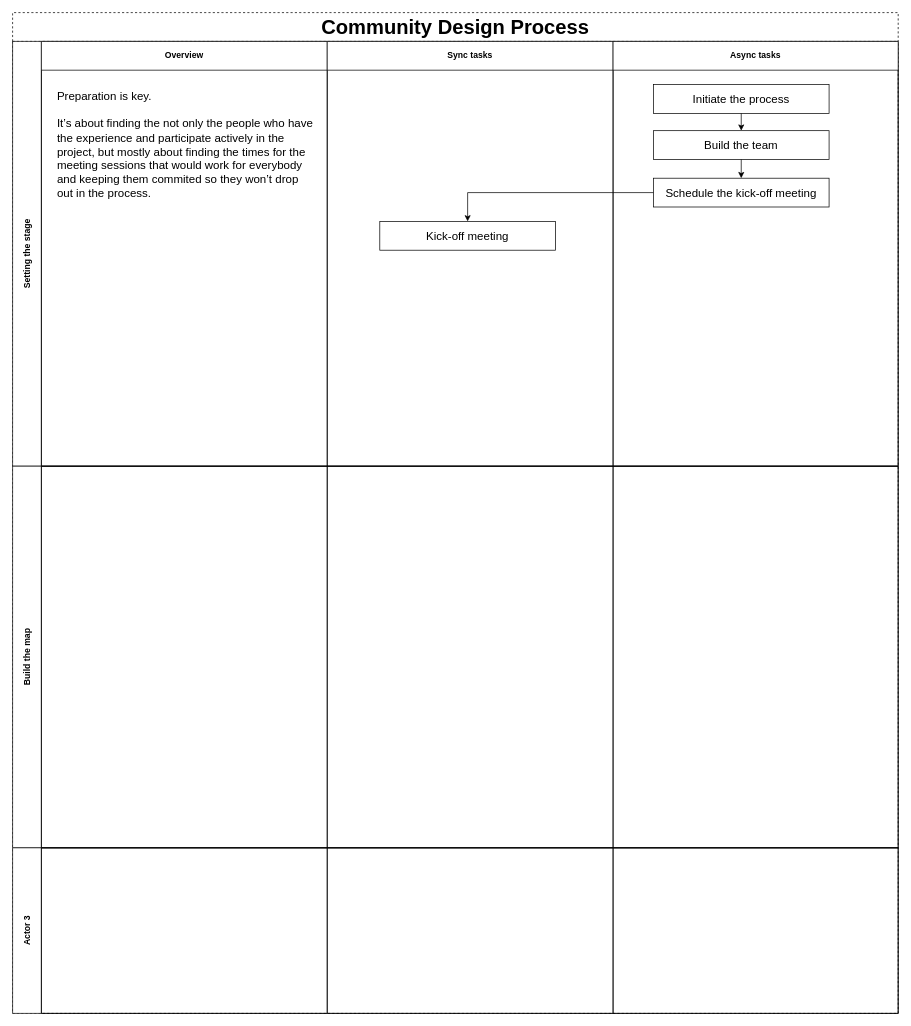
Earlier version of the draw.io diagram CommunityDesignProcess.drawio (nicksellen/community-design-process). Source tidied: cells renumbered, new cells numbered last; positions are measured from the earlier drawing's top-left corner, leaving out a move shared by most shapes. Both pictures are drawn from the tidied source at 72%, with x=0, y=0 at pixel (12, 12).
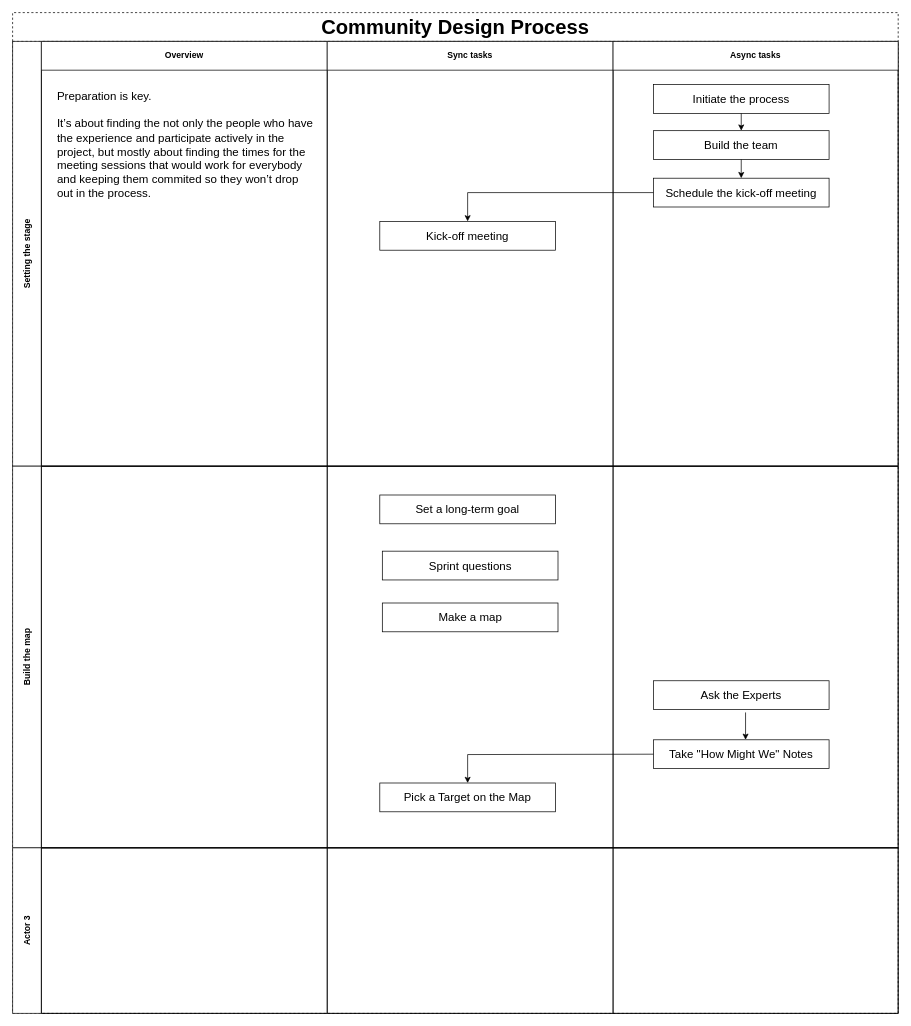
Above is the later version.

The change refers to these unchanged cells:
```xml
<mxCell id="16" style="swimlane;startSize=0;html=1;whiteSpace=wrap;" parent="14" vertex="1">
  <mxGeometry x="437" width="397" height="530" as="geometry" />
</mxCell>
<mxCell id="17" style="swimlane;startSize=0;html=1;whiteSpace=wrap;" parent="14" vertex="1">
  <mxGeometry x="834" width="396" height="530" as="geometry" />
</mxCell>
```

Change to the diagram source:
```diff
@@
+    <mxCell id="23" value="Set a long-term goal" style="rounded=0;whiteSpace=wrap;html=1;fillColor=none;fontFamily=Helvetica;fontSize=16;" parent="16" vertex="1">
+      <mxGeometry x="73" y="40" width="244" height="40" as="geometry" />
+    </mxCell>
+    <mxCell id="24" value="&lt;div&gt;Sprint questions&lt;/div&gt;" style="rounded=0;whiteSpace=wrap;html=1;fillColor=none;fontFamily=Helvetica;fontSize=16;" parent="16" vertex="1">
+      <mxGeometry x="76.5" y="118" width="244" height="40" as="geometry" />
+    </mxCell>
+    <mxCell id="25" value="Make a map" style="rounded=0;whiteSpace=wrap;html=1;fillColor=none;fontFamily=Helvetica;fontSize=16;" parent="16" vertex="1">
+      <mxGeometry x="76.5" y="190" width="244" height="40" as="geometry" />
+    </mxCell>
+    <mxCell id="26" value="&lt;div&gt;Pick a Target on the Map&lt;/div&gt;" style="rounded=0;whiteSpace=wrap;html=1;fillColor=none;fontFamily=Helvetica;fontSize=16;" parent="16" vertex="1">
+      <mxGeometry x="73" y="440" width="244" height="40" as="geometry" />
+    </mxCell>
+    <mxCell id="27" style="edgeStyle=orthogonalEdgeStyle;rounded=0;jettySize=auto;html=1;fontFamily=Helvetica;fontSize=16;" parent="16" edge="1" target="26">
+      <mxGeometry relative="1" as="geometry">
+        <mxPoint x="453" y="400" as="sourcePoint" />
+      </mxGeometry>
+    </mxCell>
@@
+    <mxCell id="28" value="Ask the Experts" style="rounded=0;whiteSpace=wrap;html=1;fillColor=none;fontFamily=Helvetica;fontSize=16;" parent="17" vertex="1">
+      <mxGeometry x="56" y="298" width="244" height="40" as="geometry" />
+    </mxCell>
+    <mxCell id="29" style="endArrow=classic;html=1;exitX=0.537;exitY=1.1;exitDx=0;exitDy=0;exitPerimeter=0;" parent="17" edge="1">
+      <mxGeometry relative="1" as="geometry">
+        <mxPoint x="184" y="342" as="sourcePoint" />
+        <mxPoint x="184" y="380" as="targetPoint" />
+      </mxGeometry>
+    </mxCell>
+    <mxCell id="30" value="Take &quot;How Might We&quot; Notes" style="rounded=0;whiteSpace=wrap;html=1;fillColor=none;fontFamily=Helvetica;fontSize=16;" parent="17" vertex="1">
+      <mxGeometry x="56" y="380" width="244" height="40" as="geometry" />
+    </mxCell>
```
